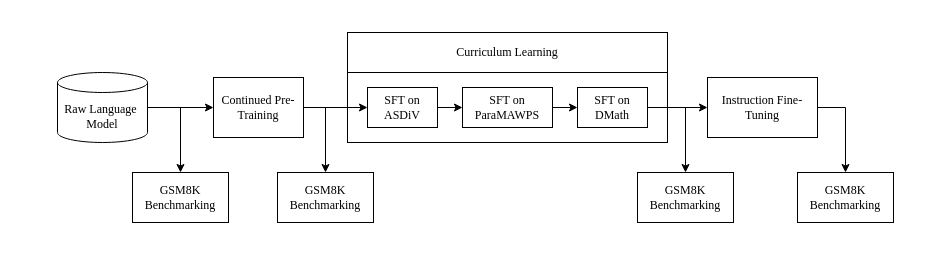
jonathantiedchen/math-reasoning-in-language-models keeps this draw.io diagram as plots/plots_images/model_process.drawio. Above is the earlier version. Source tidied: cells renumbered, new cells numbered last; positions are measured from the earlier drawing's top-left corner, leaving out a move shared by most shapes. Both pictures are drawn from the tidied source at 100%, with x=0, y=0 at pixel (57, 32).
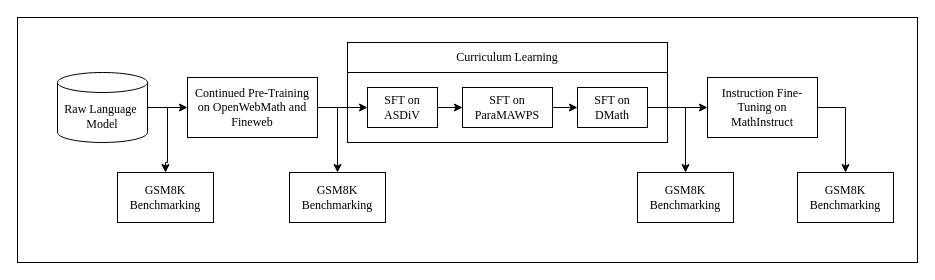
The same page after the edit.

Change to the diagram source:
```diff
@@
     <mxCell id="2" style="edgeStyle=orthogonalEdgeStyle;rounded=0;jettySize=auto;html=1;entryX=0.5;entryY=0;entryDx=0;entryDy=0;exitX=1;exitY=0.5;exitDx=0;exitDy=0;" parent="1" edge="1" source="3" target="20">
-      <mxGeometry relative="1" as="geometry" />
+      <mxGeometry relative="1" as="geometry">
+        <Array as="points">
+          <mxPoint x="280" y="75" />
+        </Array>
+      </mxGeometry>
     </mxCell>
-    <mxCell id="3" value="&lt;font face=&quot;Times New Roman&quot;&gt;Continued Pre-Training&lt;/font&gt;" style="rounded=0;whiteSpace=wrap;html=1;" parent="1" vertex="1">
-      <mxGeometry x="156" y="45" width="90" height="60" as="geometry" />
+    <mxCell id="3" value="&lt;font face=&quot;Times New Roman&quot;&gt;Continued Pre-Training on OpenWebMath and Fineweb&lt;/font&gt;" style="rounded=0;whiteSpace=wrap;html=1;" parent="1" vertex="1">
+      <mxGeometry x="130" y="45" width="130" height="60" as="geometry" />
     </mxCell>
@@
     <mxCell id="7" style="rounded=0;whiteSpace=wrap;html=1;" parent="1" vertex="1">
-      <mxGeometry x="290" width="320" height="110" as="geometry" />
+      <mxGeometry x="290" y="10" width="320" height="100" as="geometry" />
     </mxCell>
@@
     <mxCell id="15" value="&lt;font face=&quot;Times New Roman&quot;&gt;Curriculum Learning&lt;/font&gt;" style="rounded=0;whiteSpace=wrap;html=1;" parent="1" vertex="1">
-      <mxGeometry x="290" width="320" height="40" as="geometry" />
+      <mxGeometry x="290" y="10" width="320" height="30" as="geometry" />
     </mxCell>
@@
-    <mxCell id="17" value="&lt;font face=&quot;Times New Roman&quot;&gt;Instruction Fine-Tuning&lt;/font&gt;" style="rounded=0;whiteSpace=wrap;html=1;" parent="1" vertex="1">
+    <mxCell id="17" value="&lt;font face=&quot;Times New Roman&quot;&gt;Instruction Fine-Tuning on MathInstruct&lt;/font&gt;" style="rounded=0;whiteSpace=wrap;html=1;" parent="1" vertex="1">
       <mxGeometry x="650" y="45" width="110" height="60" as="geometry" />
     </mxCell>
@@
     <mxCell id="19" value="GSM8K Benchmarking" style="rounded=0;whiteSpace=wrap;html=1;fontFamily=Times New Roman;" parent="1" vertex="1">
-      <mxGeometry x="75" y="140" width="96" height="50" as="geometry" />
+      <mxGeometry x="60" y="140" width="96" height="50" as="geometry" />
     </mxCell>
     <mxCell id="20" value="GSM8K Benchmarking" style="rounded=0;whiteSpace=wrap;html=1;fontFamily=Times New Roman;" parent="1" vertex="1">
-      <mxGeometry x="220" y="140" width="96" height="50" as="geometry" />
+      <mxGeometry x="232" y="140" width="96" height="50" as="geometry" />
     </mxCell>
@@
+    <mxCell id="23" style="rounded=0;whiteSpace=wrap;html=1;fillColor=none;" parent="1" vertex="1">
+      <mxGeometry x="-40" y="-15" width="900" height="245" as="geometry" />
+    </mxCell>
```
